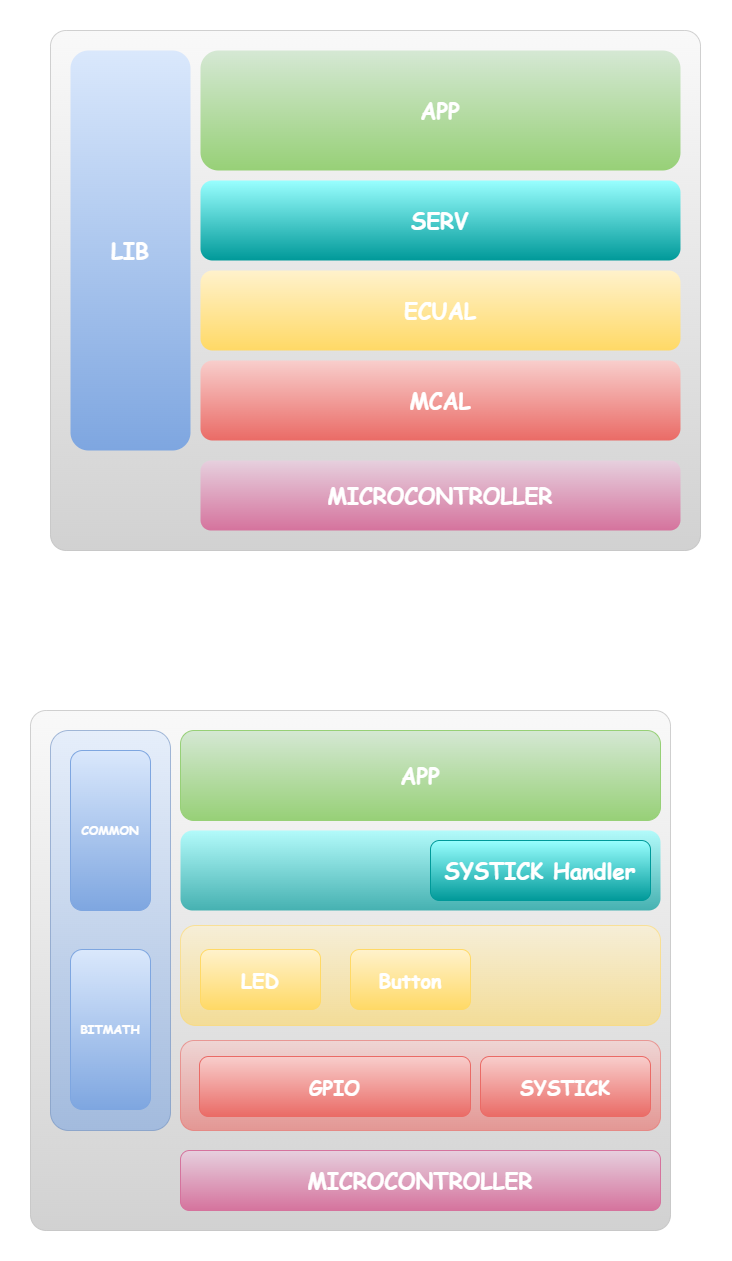
The draw.io diagram LEDControl_v3/Diagrams/Pics/LayeredArchitecture.png in TheGreatEtsh/Projects-ARM-Sprints, before a commit. Source tidied: cells renumbered, new cells last; positions are measured from the earlier drawing's top-left corner, leaving out a move shared by most shapes. The source it was exported from:
```xml
<mxGraphModel>
  <root>
    <mxCell id="0" />
    <mxCell id="1" parent="0" />
    <mxCell id="2" style="rounded=1;whiteSpace=wrap;html=1;arcSize=3;fontSize=22;fontFamily=Comic Sans MS;fontStyle=1;opacity=60;fillColor=#f5f5f5;gradientColor=#b3b3b3;strokeColor=#B3B3B3;fontColor=#FFFFFF;" parent="1" vertex="1">
      <mxGeometry y="680" width="640" height="520" as="geometry" />
    </mxCell>
    <mxCell id="3" style="rounded=1;whiteSpace=wrap;html=1;fontSize=22;fontFamily=Comic Sans MS;fontStyle=1;fillColor=#dae8fc;gradientColor=#7ea6e0;strokeColor=#6c8ebf;fontColor=#FFFFFF;opacity=60;" parent="1" vertex="1">
      <mxGeometry x="20" y="700" width="120" height="400" as="geometry" />
    </mxCell>
    <mxCell id="4" value="&lt;font style=&quot;font-size: 22px;&quot;&gt;&lt;span style=&quot;font-size: 22px;&quot;&gt;MICROCONTROLLER&lt;/span&gt;&lt;/font&gt;" style="rounded=1;whiteSpace=wrap;html=1;direction=south;fontSize=22;fontFamily=Comic Sans MS;fontStyle=1;fillColor=#e6d0de;gradientColor=#d5739d;strokeColor=#D5739D;gradientDirection=east;fontColor=#FFFFFF;" parent="1" vertex="1">
      <mxGeometry x="150" y="1120" width="480" height="60" as="geometry" />
    </mxCell>
    <mxCell id="5" style="rounded=1;whiteSpace=wrap;html=1;direction=south;fontSize=22;fontFamily=Comic Sans MS;fontStyle=1;fillColor=#f8cecc;gradientColor=#ea6b66;strokeColor=#EA6B66;gradientDirection=east;fontColor=#FFFFFF;opacity=60;" parent="1" vertex="1">
      <mxGeometry x="150" y="1010" width="480" height="90" as="geometry" />
    </mxCell>
    <mxCell id="6" style="rounded=1;whiteSpace=wrap;html=1;direction=south;fontSize=22;fontFamily=Comic Sans MS;fontStyle=1;fillColor=#fff2cc;gradientColor=#ffd966;strokeColor=#FFD966;gradientDirection=east;fontColor=#FFFFFF;opacity=60;" parent="1" vertex="1">
      <mxGeometry x="150" y="895" width="480" height="100" as="geometry" />
    </mxCell>
    <mxCell id="7" value="&lt;font style=&quot;font-size: 22px;&quot;&gt;&lt;span style=&quot;font-size: 22px;&quot;&gt;APP&lt;/span&gt;&lt;/font&gt;" style="rounded=1;whiteSpace=wrap;html=1;direction=south;fontSize=22;fontFamily=Comic Sans MS;fontStyle=1;fillColor=#d5e8d4;gradientColor=#97d077;strokeColor=#97D077;gradientDirection=east;fontColor=#FFFFFF;" parent="1" vertex="1">
      <mxGeometry x="150" y="700" width="480" height="90" as="geometry" />
    </mxCell>
    <mxCell id="8" value="COMMON" style="rounded=1;whiteSpace=wrap;html=1;direction=south;fillColor=#dae8fc;gradientColor=#7ea6e0;strokeColor=#7EA6E0;gradientDirection=east;fontFamily=Comic Sans MS;fontColor=#FFFFFF;fontStyle=1;" parent="1" vertex="1">
      <mxGeometry x="40" y="720" width="80" height="160" as="geometry" />
    </mxCell>
    <mxCell id="9" value="BITMATH" style="rounded=1;whiteSpace=wrap;html=1;direction=south;fillColor=#dae8fc;gradientColor=#7ea6e0;strokeColor=#7EA6E0;gradientDirection=east;fontFamily=Comic Sans MS;fontColor=#FFFFFF;fontStyle=1;" parent="1" vertex="1">
      <mxGeometry x="40" y="919" width="80" height="160" as="geometry" />
    </mxCell>
    <mxCell id="10" value="&lt;font size=&quot;1&quot; face=&quot;Comic Sans MS&quot; color=&quot;#ffffff&quot;&gt;&lt;b style=&quot;font-size: 20px;&quot;&gt;GPIO&lt;/b&gt;&lt;/font&gt;" style="rounded=1;whiteSpace=wrap;html=1;fillColor=#f8cecc;gradientColor=#ea6b66;strokeColor=#EA6B66;" parent="1" vertex="1">
      <mxGeometry x="169" y="1026" width="271" height="60" as="geometry" />
    </mxCell>
    <mxCell id="11" value="&lt;font size=&quot;1&quot; face=&quot;Comic Sans MS&quot; color=&quot;#ffffff&quot;&gt;&lt;b style=&quot;font-size: 20px;&quot;&gt;LED&lt;/b&gt;&lt;/font&gt;" style="rounded=1;whiteSpace=wrap;html=1;fillColor=#fff2cc;gradientColor=#ffd966;strokeColor=#FFD966;" parent="1" vertex="1">
      <mxGeometry x="170" y="919" width="120" height="60" as="geometry" />
    </mxCell>
    <mxCell id="12" style="rounded=1;whiteSpace=wrap;html=1;arcSize=3;fontSize=22;fontFamily=Comic Sans MS;fontStyle=1;opacity=60;fillColor=#f5f5f5;gradientColor=#B3B3B3;strokeColor=#B3B3B3;fontColor=#FFFFFF;" parent="1" vertex="1">
      <mxGeometry x="20" width="650" height="520" as="geometry" />
    </mxCell>
    <mxCell id="13" value="&lt;font style=&quot;font-size: 22px;&quot;&gt;&lt;span style=&quot;font-size: 22px;&quot;&gt;LIB&lt;/span&gt;&lt;/font&gt;" style="rounded=1;whiteSpace=wrap;html=1;fontSize=22;fontFamily=Comic Sans MS;fontStyle=1;fillColor=#dae8fc;gradientColor=#7ea6e0;strokeColor=none;fontColor=#FFFFFF;" parent="1" vertex="1">
      <mxGeometry x="40" y="20" width="120" height="400" as="geometry" />
    </mxCell>
    <mxCell id="14" value="&lt;font style=&quot;font-size: 22px;&quot;&gt;&lt;span style=&quot;font-size: 22px;&quot;&gt;MICROCONTROLLER&lt;/span&gt;&lt;/font&gt;" style="rounded=1;whiteSpace=wrap;html=1;direction=south;fontSize=22;fontFamily=Comic Sans MS;fontStyle=1;fillColor=#e6d0de;gradientColor=#d5739d;strokeColor=none;gradientDirection=east;fontColor=#FFFFFF;" parent="1" vertex="1">
      <mxGeometry x="170" y="430" width="480" height="70" as="geometry" />
    </mxCell>
    <mxCell id="15" value="&lt;font style=&quot;font-size: 22px;&quot;&gt;&lt;span style=&quot;font-size: 22px;&quot;&gt;MCAL&lt;/span&gt;&lt;/font&gt;" style="rounded=1;whiteSpace=wrap;html=1;direction=south;fontSize=22;fontFamily=Comic Sans MS;fontStyle=1;fillColor=#f8cecc;gradientColor=#ea6b66;strokeColor=none;gradientDirection=east;fontColor=#FFFFFF;" parent="1" vertex="1">
      <mxGeometry x="170" y="330" width="480" height="80" as="geometry" />
    </mxCell>
    <mxCell id="16" value="&lt;font style=&quot;font-size: 22px;&quot;&gt;&lt;span style=&quot;font-size: 22px;&quot;&gt;SERV&lt;/span&gt;&lt;/font&gt;" style="rounded=1;whiteSpace=wrap;html=1;direction=south;fontSize=22;fontFamily=Comic Sans MS;fontStyle=1;fillColor=#99FFFF;gradientColor=#009999;strokeColor=none;gradientDirection=east;fontColor=#FFFFFF;" parent="1" vertex="1">
      <mxGeometry x="170" y="150" width="480" height="80" as="geometry" />
    </mxCell>
    <mxCell id="17" value="&lt;font style=&quot;font-size: 22px;&quot;&gt;&lt;span style=&quot;font-size: 22px;&quot;&gt;APP&lt;/span&gt;&lt;/font&gt;" style="rounded=1;whiteSpace=wrap;html=1;direction=south;fontSize=22;fontFamily=Comic Sans MS;fontStyle=1;fillColor=#d5e8d4;gradientColor=#97d077;strokeColor=none;gradientDirection=east;fontColor=#FFFFFF;" parent="1" vertex="1">
      <mxGeometry x="170" y="20" width="480" height="120" as="geometry" />
    </mxCell>
    <mxCell id="18" value="&lt;font style=&quot;font-size: 22px;&quot;&gt;&lt;span style=&quot;font-size: 22px;&quot;&gt;ECUAL&lt;/span&gt;&lt;/font&gt;" style="rounded=1;whiteSpace=wrap;html=1;direction=south;fontSize=22;fontFamily=Comic Sans MS;fontStyle=1;fillColor=#fff2cc;gradientColor=#ffd966;strokeColor=none;gradientDirection=east;fontColor=#FFFFFF;" parent="1" vertex="1">
      <mxGeometry x="170" y="240" width="480" height="80" as="geometry" />
    </mxCell>
    <mxCell id="19" value="&lt;font size=&quot;1&quot; face=&quot;Comic Sans MS&quot; color=&quot;#ffffff&quot;&gt;&lt;b style=&quot;font-size: 20px;&quot;&gt;Button&lt;/b&gt;&lt;/font&gt;" style="rounded=1;whiteSpace=wrap;html=1;fillColor=#fff2cc;gradientColor=#ffd966;strokeColor=#FFD966;" parent="1" vertex="1">
      <mxGeometry x="320" y="919" width="120" height="60" as="geometry" />
    </mxCell>
    <mxCell id="20" style="rounded=1;whiteSpace=wrap;html=1;direction=south;fontSize=22;fontFamily=Comic Sans MS;fontStyle=1;fillColor=#99FFFF;gradientColor=#009999;strokeColor=none;gradientDirection=east;fontColor=#FFFFFF;opacity=70;" parent="1" vertex="1">
      <mxGeometry x="150" y="800" width="480" height="80" as="geometry" />
    </mxCell>
    <mxCell id="21" value="SYSTICK Handler" style="rounded=1;whiteSpace=wrap;html=1;direction=south;fontSize=22;fontFamily=Comic Sans MS;fontStyle=1;fillColor=#99FFFF;gradientColor=#009999;strokeColor=#009999;gradientDirection=east;fontColor=#FFFFFF;" parent="1" vertex="1">
      <mxGeometry x="400" y="810" width="220" height="60" as="geometry" />
    </mxCell>
    <mxCell id="22" value="&lt;font size=&quot;1&quot; face=&quot;Comic Sans MS&quot; color=&quot;#ffffff&quot;&gt;&lt;b style=&quot;font-size: 20px;&quot;&gt;SYSTICK&lt;/b&gt;&lt;/font&gt;" style="rounded=1;whiteSpace=wrap;html=1;fillColor=#f8cecc;gradientColor=#ea6b66;strokeColor=#EA6B66;" parent="1" vertex="1">
      <mxGeometry x="450" y="1026" width="170" height="60" as="geometry" />
    </mxCell>
  </root>
</mxGraphModel>
```
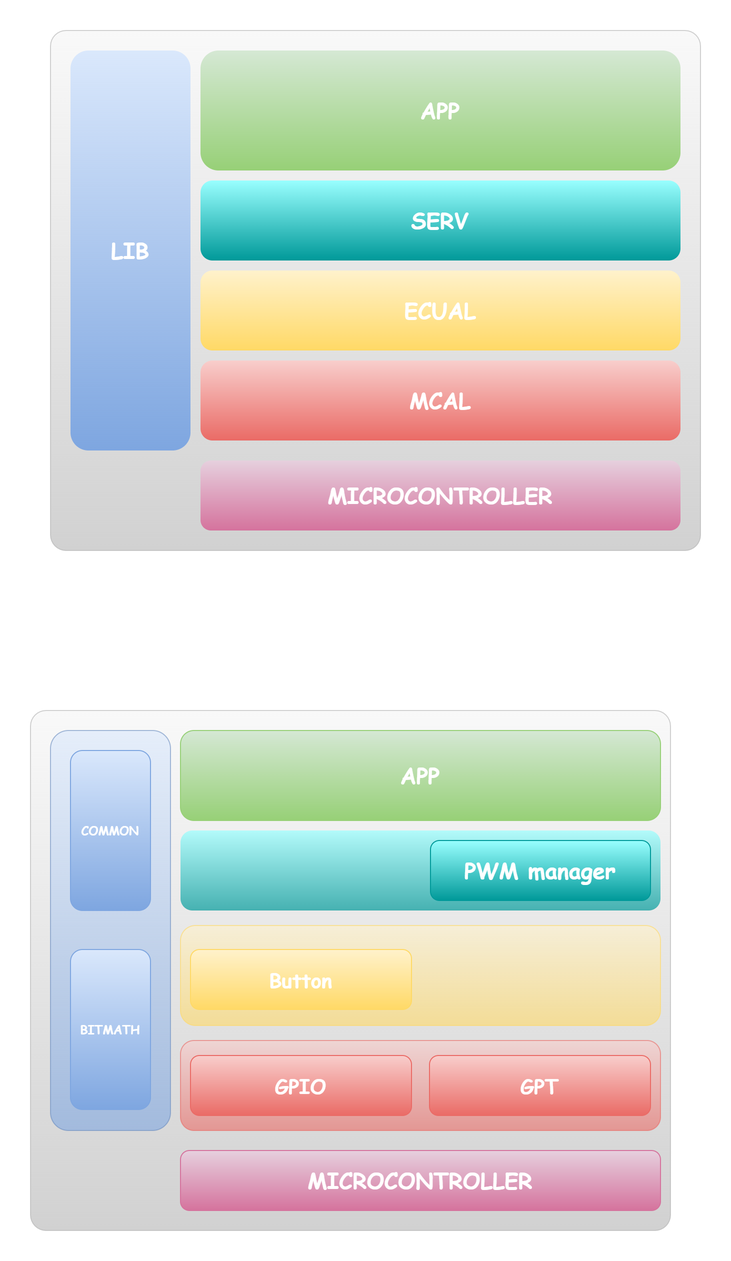
Later version of the same file.

What changed in the source:
```diff
@@ -27,11 +27,8 @@
       <mxGeometry x="40" y="919" width="80" height="160" as="geometry" />
     </mxCell>
     <mxCell id="10" value="&lt;font size=&quot;1&quot; face=&quot;Comic Sans MS&quot; color=&quot;#ffffff&quot;&gt;&lt;b style=&quot;font-size: 20px;&quot;&gt;GPIO&lt;/b&gt;&lt;/font&gt;" style="rounded=1;whiteSpace=wrap;html=1;fillColor=#f8cecc;gradientColor=#ea6b66;strokeColor=#EA6B66;" parent="1" vertex="1">
-      <mxGeometry x="169" y="1026" width="271" height="60" as="geometry" />
+      <mxGeometry x="160" y="1025" width="221" height="60" as="geometry" />
     </mxCell>
-    <mxCell id="11" value="&lt;font size=&quot;1&quot; face=&quot;Comic Sans MS&quot; color=&quot;#ffffff&quot;&gt;&lt;b style=&quot;font-size: 20px;&quot;&gt;LED&lt;/b&gt;&lt;/font&gt;" style="rounded=1;whiteSpace=wrap;html=1;fillColor=#fff2cc;gradientColor=#ffd966;strokeColor=#FFD966;" parent="1" vertex="1">
-      <mxGeometry x="170" y="919" width="120" height="60" as="geometry" />
-    </mxCell>
     <mxCell id="12" style="rounded=1;whiteSpace=wrap;html=1;arcSize=3;fontSize=22;fontFamily=Comic Sans MS;fontStyle=1;opacity=60;fillColor=#f5f5f5;gradientColor=#B3B3B3;strokeColor=#B3B3B3;fontColor=#FFFFFF;" parent="1" vertex="1">
       <mxGeometry x="20" width="650" height="520" as="geometry" />
     </mxCell>
@@ -54,16 +51,16 @@
       <mxGeometry x="170" y="240" width="480" height="80" as="geometry" />
     </mxCell>
     <mxCell id="19" value="&lt;font size=&quot;1&quot; face=&quot;Comic Sans MS&quot; color=&quot;#ffffff&quot;&gt;&lt;b style=&quot;font-size: 20px;&quot;&gt;Button&lt;/b&gt;&lt;/font&gt;" style="rounded=1;whiteSpace=wrap;html=1;fillColor=#fff2cc;gradientColor=#ffd966;strokeColor=#FFD966;" parent="1" vertex="1">
-      <mxGeometry x="320" y="919" width="120" height="60" as="geometry" />
+      <mxGeometry x="160" y="919" width="221" height="60" as="geometry" />
     </mxCell>
     <mxCell id="20" style="rounded=1;whiteSpace=wrap;html=1;direction=south;fontSize=22;fontFamily=Comic Sans MS;fontStyle=1;fillColor=#99FFFF;gradientColor=#009999;strokeColor=none;gradientDirection=east;fontColor=#FFFFFF;opacity=70;" parent="1" vertex="1">
       <mxGeometry x="150" y="800" width="480" height="80" as="geometry" />
     </mxCell>
-    <mxCell id="21" value="SYSTICK Handler" style="rounded=1;whiteSpace=wrap;html=1;direction=south;fontSize=22;fontFamily=Comic Sans MS;fontStyle=1;fillColor=#99FFFF;gradientColor=#009999;strokeColor=#009999;gradientDirection=east;fontColor=#FFFFFF;" parent="1" vertex="1">
+    <mxCell id="21" value="PWM manager" style="rounded=1;whiteSpace=wrap;html=1;direction=south;fontSize=22;fontFamily=Comic Sans MS;fontStyle=1;fillColor=#99FFFF;gradientColor=#009999;strokeColor=#009999;gradientDirection=east;fontColor=#FFFFFF;" parent="1" vertex="1">
       <mxGeometry x="400" y="810" width="220" height="60" as="geometry" />
     </mxCell>
-    <mxCell id="22" value="&lt;font size=&quot;1&quot; face=&quot;Comic Sans MS&quot; color=&quot;#ffffff&quot;&gt;&lt;b style=&quot;font-size: 20px;&quot;&gt;SYSTICK&lt;/b&gt;&lt;/font&gt;" style="rounded=1;whiteSpace=wrap;html=1;fillColor=#f8cecc;gradientColor=#ea6b66;strokeColor=#EA6B66;" parent="1" vertex="1">
-      <mxGeometry x="450" y="1026" width="170" height="60" as="geometry" />
-    </mxCell>
+    <mxCell id="23" value="&lt;font size=&quot;1&quot; face=&quot;Comic Sans MS&quot; color=&quot;#ffffff&quot;&gt;&lt;b style=&quot;font-size: 20px;&quot;&gt;GPT&lt;/b&gt;&lt;/font&gt;" style="rounded=1;whiteSpace=wrap;html=1;fillColor=#f8cecc;gradientColor=#ea6b66;strokeColor=#EA6B66;" parent="1" vertex="1">
+      <mxGeometry x="399" y="1025" width="221" height="60" as="geometry" />
+    </mxCell>
   </root>
 </mxGraphModel>
```
